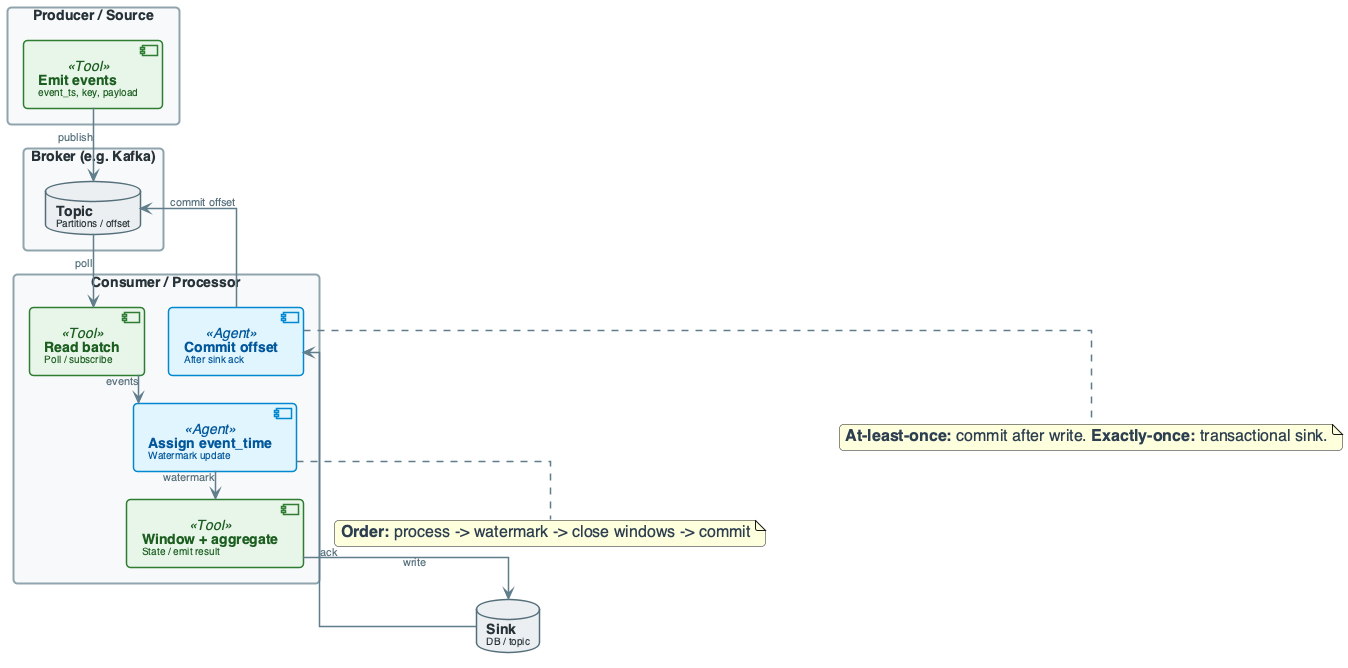
Above: diagrams/week10/week10_lecture_slide22_execution_flow.png in OrPerets/data-engineering-course (PlantUML), before the change.
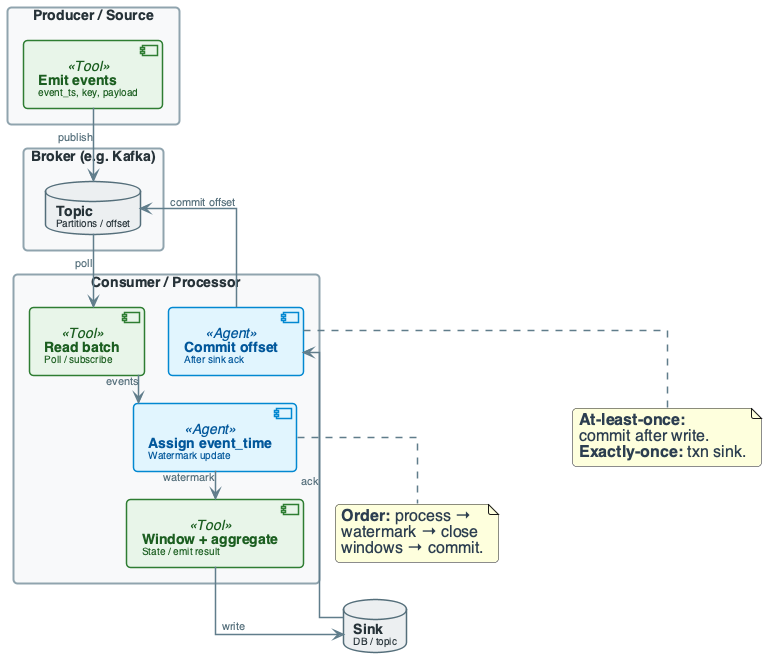
After the commit.

The edit, as a diff of the source:
```diff
@@ -143,7 +143,7 @@
 SINK --> COMMIT : ack
 COMMIT --> BROKER : commit offset
 
-note bottom of WM : **Order:** process -> watermark -> close windows -> commit
-note bottom of COMMIT : **At-least-once:** commit after write. **Exactly-once:** transactional sink.
+note bottom of WM : **Order:** process →\nwatermark → close\nwindows → commit.
+note bottom of COMMIT : **At-least-once:**\ncommit after write.\n**Exactly-once:** txn sink.
 
 @enduml
```
